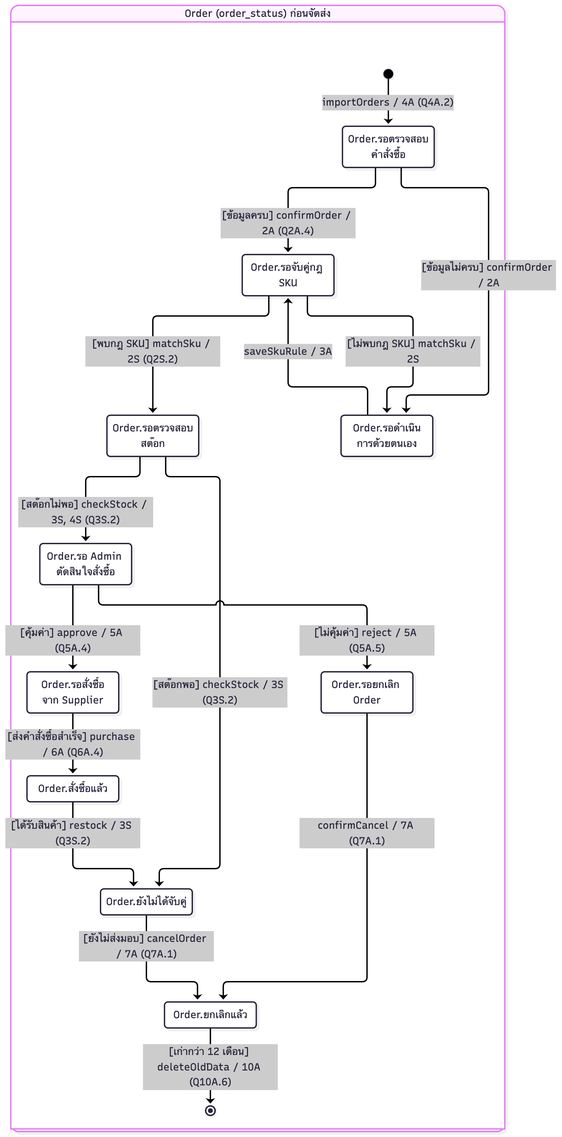
This is 04-chapter2-diagrams-database/diagrams/png/state-1.png from xbpkdi/321-sa-proj, a Mermaid export, as it was before one commit. Its source is kept beside it as 04-chapter2-diagrams-database/diagrams/src/state-1.mmd. The source it was exported from:
```mermaid
%%{init: {'themeVariables': {'fontSize': '15px'}}}%%
stateDiagram-v2
    direction TB
    state "Order (order_status) ก่อนจัดส่ง" as Order {
        state "Order.รอตรวจสอบคำสั่งซื้อ" as s1
        state "Order.รอจับคู่กฎ SKU" as s2
        state "Order.รอดำเนินการด้วยตนเอง" as s3
        state "Order.รอตรวจสอบสต๊อก" as s4
        state "Order.ยังไม่ได้จับคู่" as s5
        state "Order.รอ Admin ตัดสินใจสั่งซื้อ" as s6
        state "Order.รอสั่งซื้อจาก Supplier" as s7
        state "Order.รอยกเลิก Order" as s8
        state "Order.สั่งซื้อแล้ว" as s9
        state "Order.ยกเลิกแล้ว" as s10
        [*] --> s1 : importOrders / 4A (Q4A.2)
        s1 --> s2 : [ข้อมูลครบ] confirmOrder / 2A (Q2A.4)
        s1 --> s3 : [ข้อมูลไม่ครบ] confirmOrder / 2A
        s2 --> s4 : [พบกฎ SKU] matchSku / 2S (Q2S.2)
        s2 --> s3 : [ไม่พบกฎ SKU] matchSku / 2S
        s3 --> s2 : saveSkuRule / 3A
        s4 --> s5 : [สต๊อกพอ] checkStock / 3S (Q3S.2)
        s4 --> s6 : [สต๊อกไม่พอ] checkStock / 3S, 4S (Q3S.2)
        s6 --> s7 : [คุ้มค่า] approve / 5A (Q5A.4)
        s6 --> s8 : [ไม่คุ้มค่า] reject / 5A (Q5A.5)
        s7 --> s9 : [ส่งคำสั่งซื้อสำเร็จ] purchase / 6A (Q6A.4)
        s9 --> s5 : [ได้รับสินค้า] restock / 3S (Q3S.2)
        s8 --> s10 : confirmCancel / 7A (Q7A.1)
        s5 --> s10 : [ยังไม่ส่งมอบ] cancelOrder / 7A (Q7A.1)
        s10 --> [*] : [เก่ากว่า 12 เดือน] deleteOldData / 10A (Q10A.6)
    }
```
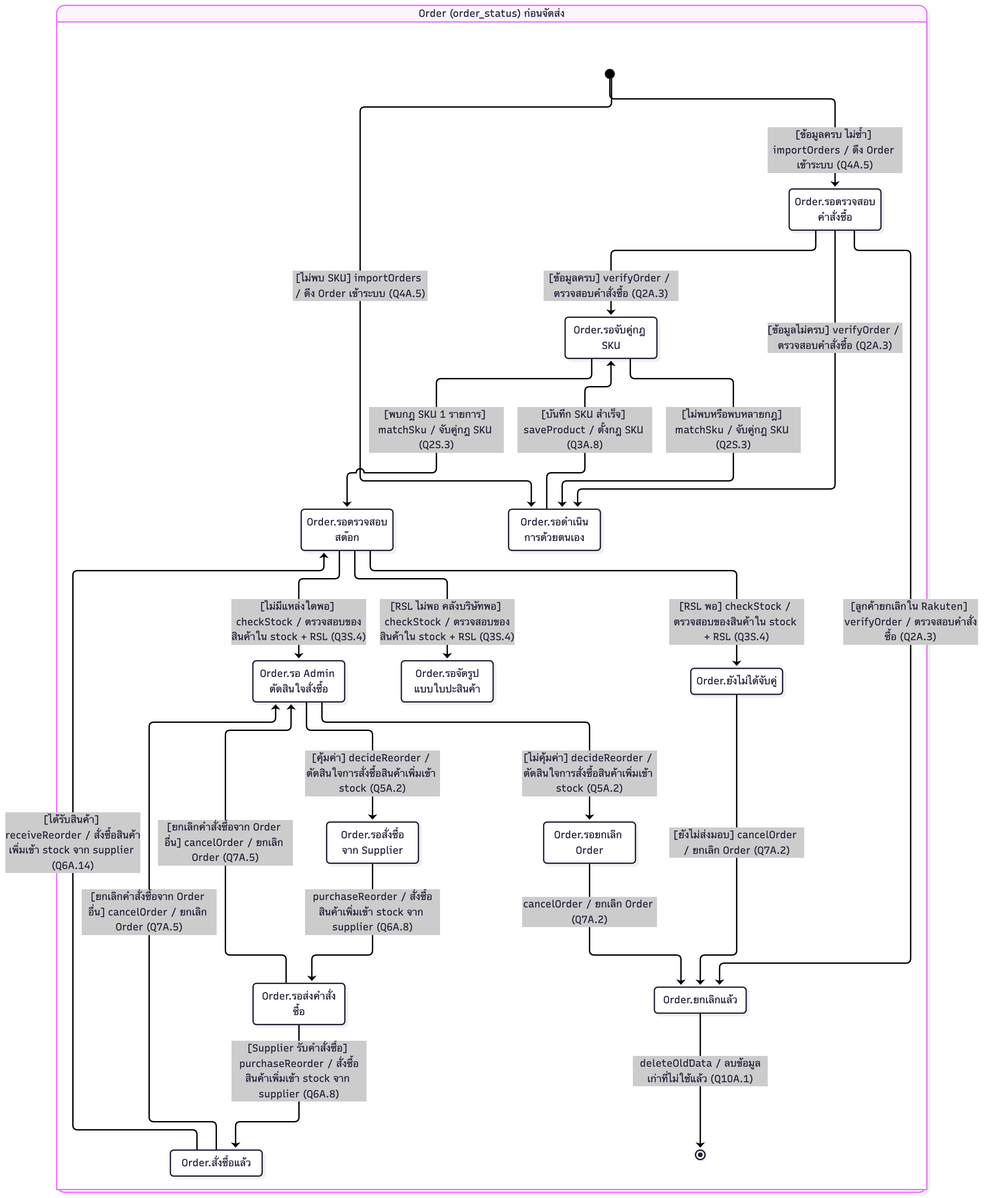
Later version of the same file.

Diff of the diagram source:
```diff
@@ -3,28 +3,36 @@
     direction TB
     state "Order (order_status) ก่อนจัดส่ง" as Order {
         state "Order.รอตรวจสอบคำสั่งซื้อ" as s1
-        state "Order.รอจับคู่กฎ SKU" as s2
-        state "Order.รอดำเนินการด้วยตนเอง" as s3
-        state "Order.รอตรวจสอบสต๊อก" as s4
-        state "Order.ยังไม่ได้จับคู่" as s5
-        state "Order.รอ Admin ตัดสินใจสั่งซื้อ" as s6
-        state "Order.รอสั่งซื้อจาก Supplier" as s7
-        state "Order.รอยกเลิก Order" as s8
-        state "Order.สั่งซื้อแล้ว" as s9
-        state "Order.ยกเลิกแล้ว" as s10
-        [*] --> s1 : importOrders / 4A (Q4A.2)
-        s1 --> s2 : [ข้อมูลครบ] confirmOrder / 2A (Q2A.4)
-        s1 --> s3 : [ข้อมูลไม่ครบ] confirmOrder / 2A
-        s2 --> s4 : [พบกฎ SKU] matchSku / 2S (Q2S.2)
-        s2 --> s3 : [ไม่พบกฎ SKU] matchSku / 2S
-        s3 --> s2 : saveSkuRule / 3A
-        s4 --> s5 : [สต๊อกพอ] checkStock / 3S (Q3S.2)
-        s4 --> s6 : [สต๊อกไม่พอ] checkStock / 3S, 4S (Q3S.2)
-        s6 --> s7 : [คุ้มค่า] approve / 5A (Q5A.4)
-        s6 --> s8 : [ไม่คุ้มค่า] reject / 5A (Q5A.5)
-        s7 --> s9 : [ส่งคำสั่งซื้อสำเร็จ] purchase / 6A (Q6A.4)
-        s9 --> s5 : [ได้รับสินค้า] restock / 3S (Q3S.2)
-        s8 --> s10 : confirmCancel / 7A (Q7A.1)
-        s5 --> s10 : [ยังไม่ส่งมอบ] cancelOrder / 7A (Q7A.1)
-        s10 --> [*] : [เก่ากว่า 12 เดือน] deleteOldData / 10A (Q10A.6)
+        state "Order.รอดำเนินการด้วยตนเอง" as s2
+        state "Order.รอจับคู่กฎ SKU" as s3
+        state "Order.ยกเลิกแล้ว" as s4
+        state "Order.รอตรวจสอบสต๊อก" as s5
+        state "Order.ยังไม่ได้จับคู่" as s6
+        state "Order.รอจัดรูปแบบใบปะสินค้า" as s7
+        state "Order.รอ Admin ตัดสินใจสั่งซื้อ" as s8
+        state "Order.รอสั่งซื้อจาก Supplier" as s9
+        state "Order.รอยกเลิก Order" as s10
+        state "Order.รอส่งคำสั่งซื้อ" as s11
+        state "Order.สั่งซื้อแล้ว" as s12
+        [*] --> s1 : [ข้อมูลครบ ไม่ซ้ำ] importOrders / ดึง Order เข้าระบบ (Q4A.5)
+        [*] --> s2 : [ไม่พบ SKU] importOrders / ดึง Order เข้าระบบ (Q4A.5)
+        s1 --> s3 : [ข้อมูลครบ] verifyOrder / ตรวจสอบคำสั่งซื้อ (Q2A.3)
+        s1 --> s2 : [ข้อมูลไม่ครบ] verifyOrder / ตรวจสอบคำสั่งซื้อ (Q2A.3)
+        s1 --> s4 : [ลูกค้ายกเลิกใน Rakuten] verifyOrder / ตรวจสอบคำสั่งซื้อ (Q2A.3)
+        s3 --> s5 : [พบกฎ SKU 1 รายการ] matchSku / จับคู่กฎ SKU (Q2S.3)
+        s3 --> s2 : [ไม่พบหรือพบหลายกฎ] matchSku / จับคู่กฎ SKU (Q2S.3)
+        s2 --> s3 : [บันทึก SKU สำเร็จ] saveProduct / ตั้งกฎ SKU (Q3A.8)
+        s5 --> s6 : [RSL พอ] checkStock / ตรวจสอบของสินค้าใน stock + RSL (Q3S.4)
+        s5 --> s7 : [RSL ไม่พอ คลังบริษัทพอ] checkStock / ตรวจสอบของสินค้าใน stock + RSL (Q3S.4)
+        s5 --> s8 : [ไม่มีแหล่งใดพอ] checkStock / ตรวจสอบของสินค้าใน stock + RSL (Q3S.4)
+        s8 --> s9 : [คุ้มค่า] decideReorder / ตัดสินใจการสั่งซื้อสินค้าเพิ่มเข้า stock (Q5A.2)
+        s8 --> s10 : [ไม่คุ้มค่า] decideReorder / ตัดสินใจการสั่งซื้อสินค้าเพิ่มเข้า stock (Q5A.2)
+        s9 --> s11 : purchaseReorder / สั่งซื้อสินค้าเพิ่มเข้า stock จาก supplier (Q6A.8)
+        s11 --> s12 : [Supplier รับคำสั่งซื้อ] purchaseReorder / สั่งซื้อสินค้าเพิ่มเข้า stock จาก supplier (Q6A.8)
+        s12 --> s5 : [ได้รับสินค้า] receiveReorder / สั่งซื้อสินค้าเพิ่มเข้า stock จาก supplier (Q6A.14)
+        s12 --> s8 : [ยกเลิกคำสั่งซื้อจาก Order อื่น] cancelOrder / ยกเลิก Order (Q7A.5)
+        s11 --> s8 : [ยกเลิกคำสั่งซื้อจาก Order อื่น] cancelOrder / ยกเลิก Order (Q7A.5)
+        s10 --> s4 : cancelOrder / ยกเลิก Order (Q7A.2)
+        s6 --> s4 : [ยังไม่ส่งมอบ] cancelOrder / ยกเลิก Order (Q7A.2)
+        s4 --> [*] : deleteOldData / ลบข้อมูลเก่าที่ไม่ใช้แล้ว (Q10A.1)
     }
```
